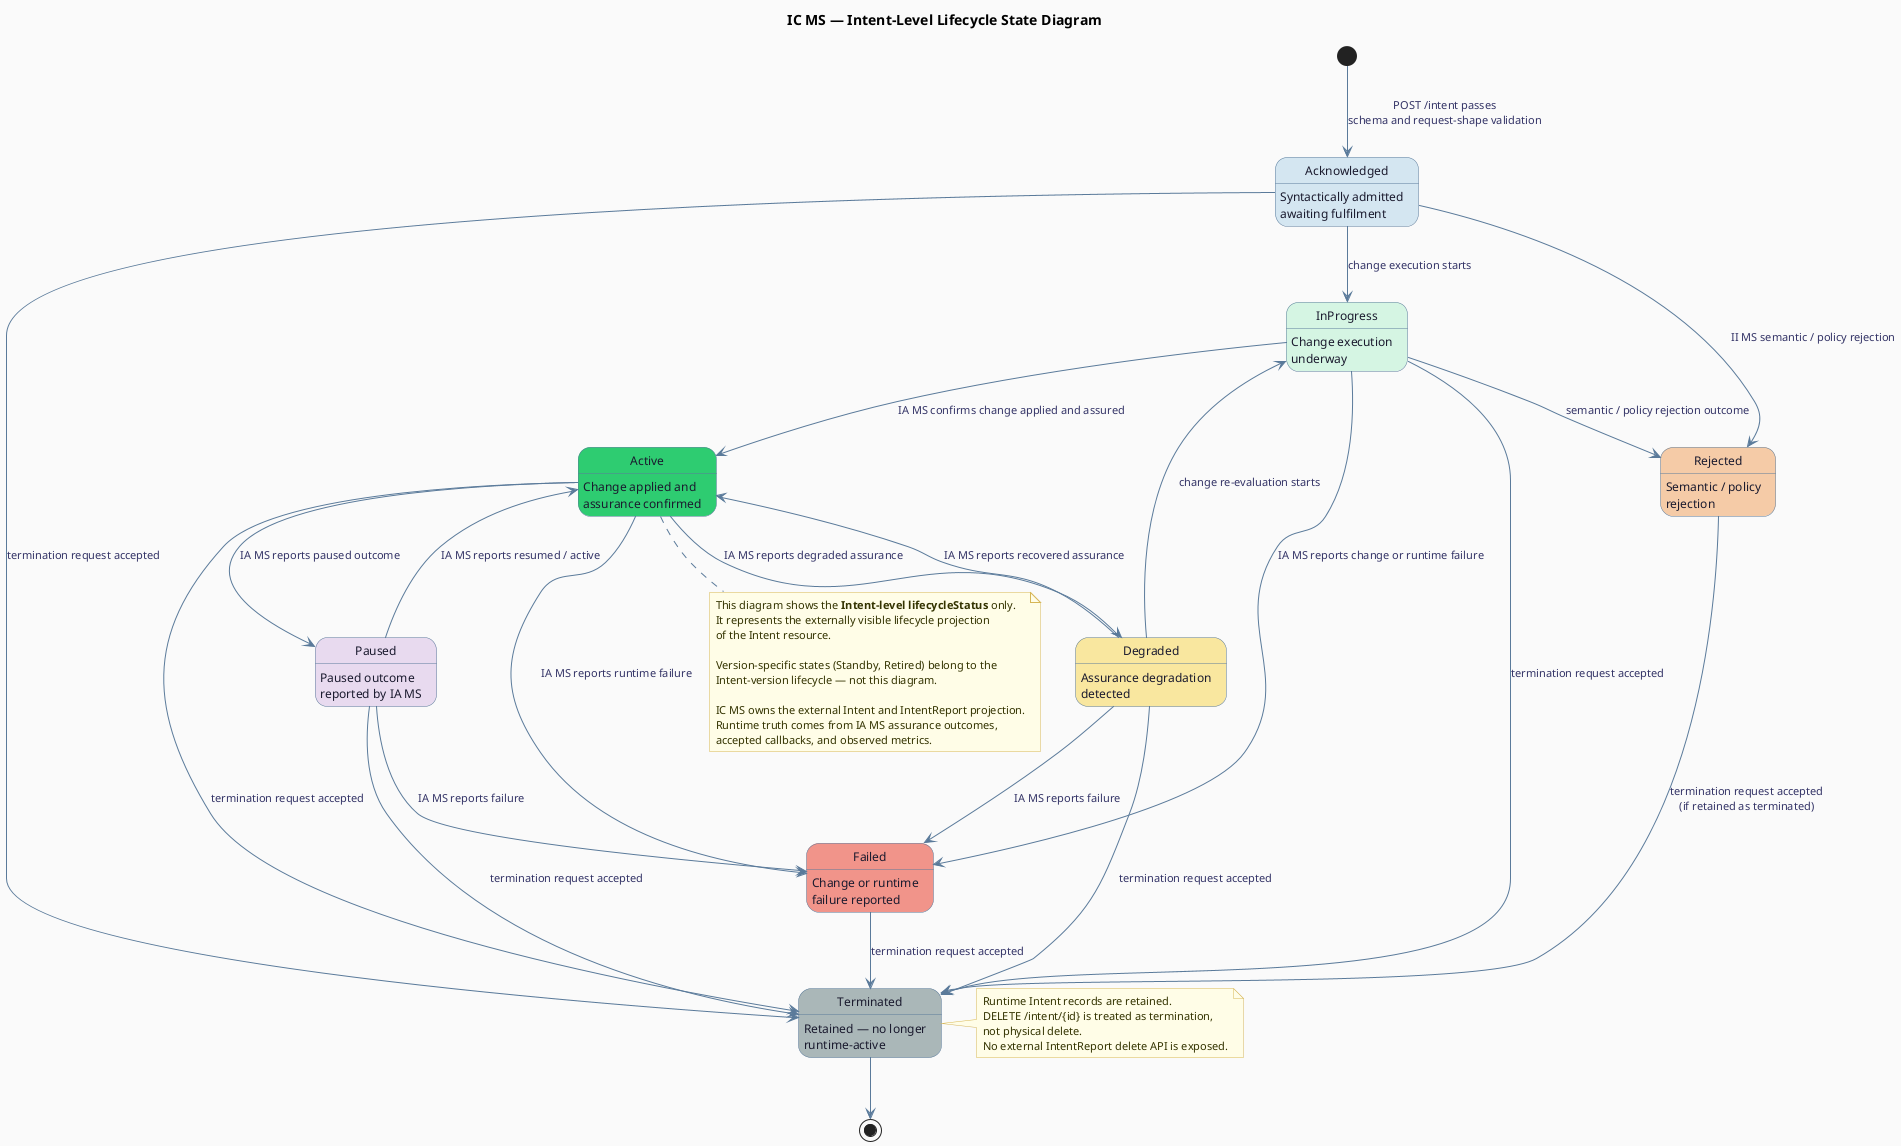
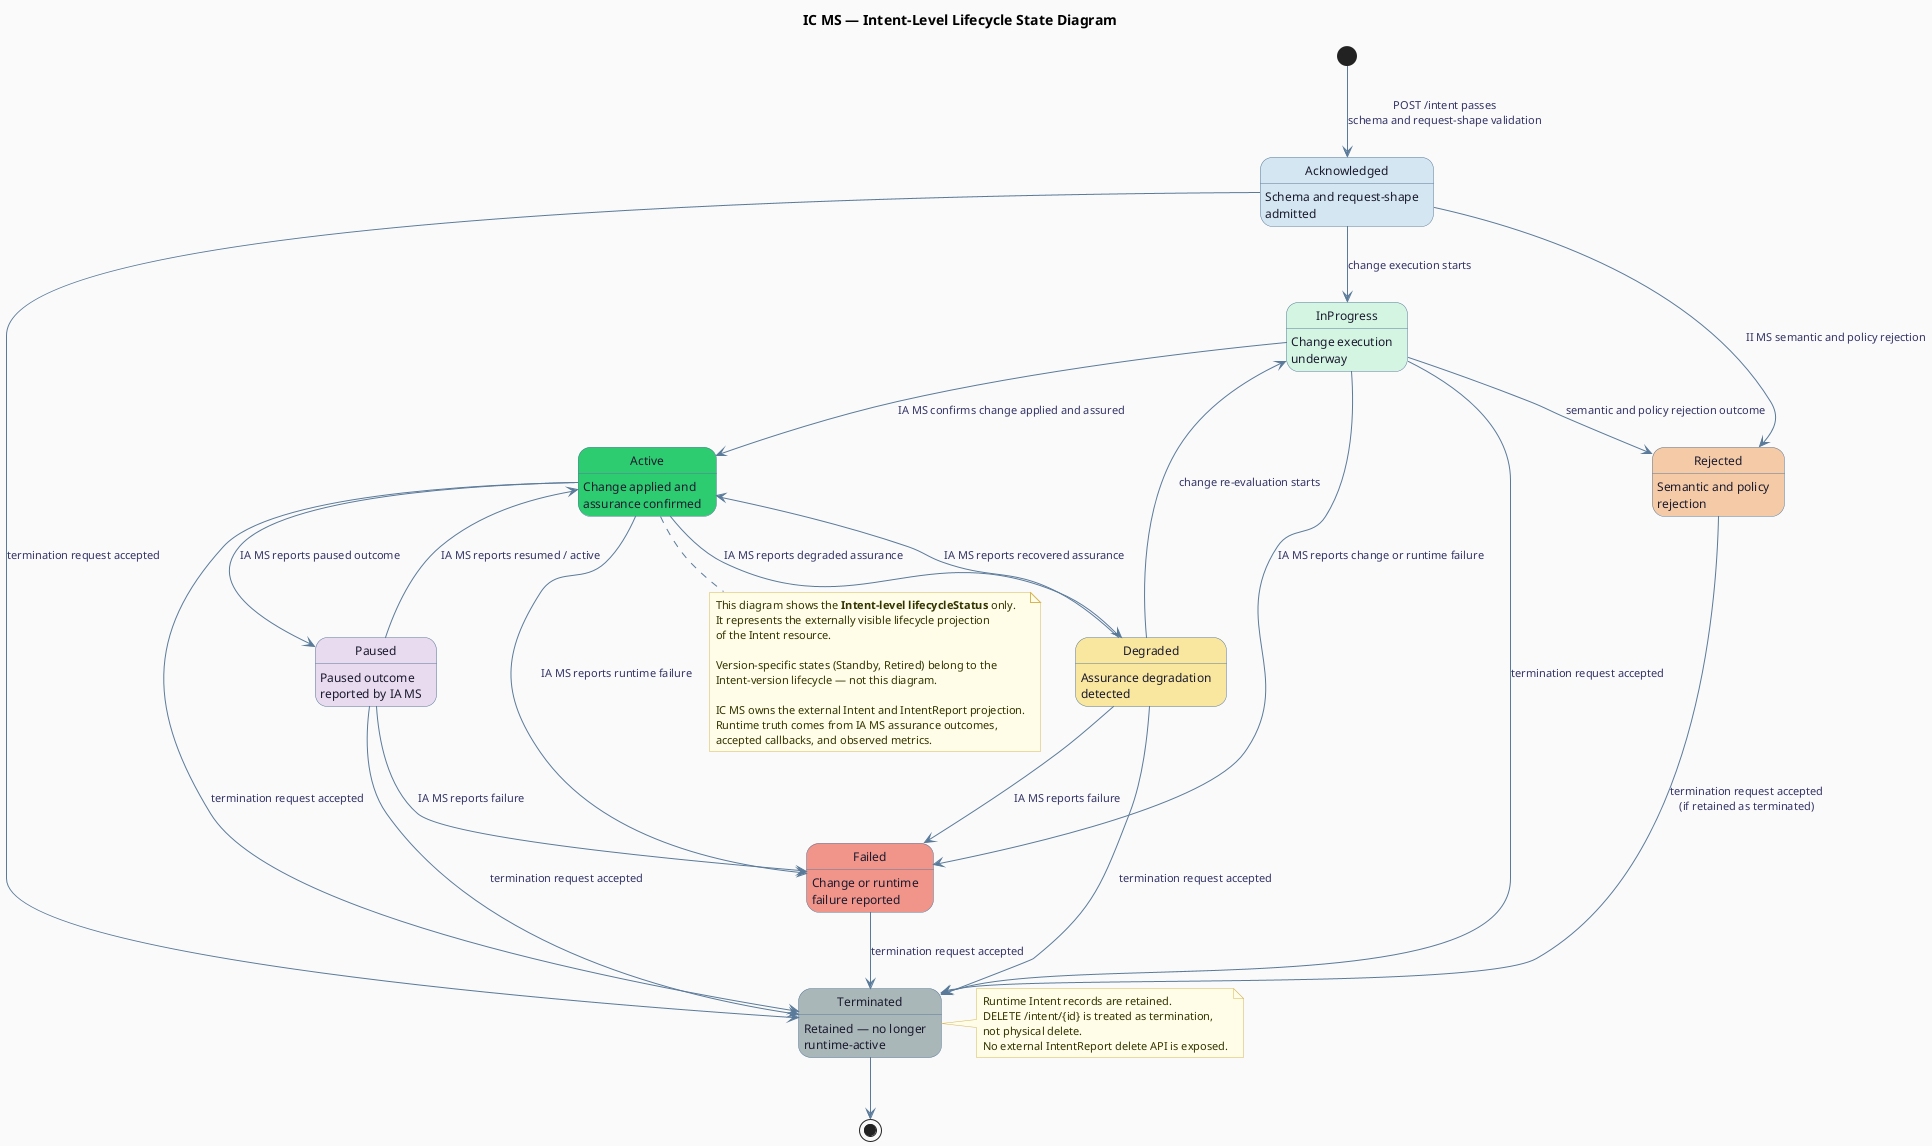
@startuml
' IC MS — Intent-Level Lifecycle State Diagram

hide empty description
skinparam shadowing false
skinparam backgroundColor #FAFAFA

skinparam state {
  BackgroundColor #FFFFFF
  BorderColor #5a7a9a
  FontSize 12
  FontColor #1a1a2e
  ArrowColor #5a7a9a
  ArrowFontSize 11
  ArrowFontColor #333366
}

skinparam note {
  BackgroundColor #fffde7
  BorderColor #d6b656
  FontSize 11
  FontColor #333300
}

title <b>IC MS — Intent-Level Lifecycle State Diagram</b>

' ── States ────────────────────────────────────────────────────────────────
- state Acknowledged #d4e6f1 : Syntactically admitted\nawaiting fulfilment
+ state Acknowledged #d4e6f1 : Schema and request-shape\nadmitted
state InProgress   #d5f5e3 : Change execution\nunderway
state Active       #2ecc71 : Change applied and\nassurance confirmed
state Degraded     #f9e79f : Assurance degradation\ndetected
state Paused       #e8daef : Paused outcome\nreported by IA MS
state Failed       #f1948a : Change or runtime\nfailure reported
- state Rejected     #f5cba7 : Semantic / policy\nrejection
+ state Rejected     #f5cba7 : Semantic and policy\nrejection
state Terminated   #aab7b8 : Retained — no longer\nruntime-active

' ── Entry ─────────────────────────────────────────────────────────────────
[*] --> Acknowledged : POST /intent passes\nschema and request-shape validation

' ── Acknowledged ──────────────────────────────────────────────────────────
Acknowledged --> InProgress : change execution starts
- Acknowledged --> Rejected   : II MS semantic / policy rejection
+ Acknowledged --> Rejected   : II MS semantic and policy rejection
Acknowledged --> Terminated : termination request accepted

' ── InProgress ────────────────────────────────────────────────────────────
InProgress --> Active     : IA MS confirms change applied and assured
InProgress --> Failed     : IA MS reports change or runtime failure
- InProgress --> Rejected   : semantic / policy rejection outcome
+ InProgress --> Rejected   : semantic and policy rejection outcome
InProgress --> Terminated : termination request accepted

' ── Active ────────────────────────────────────────────────────────────────
Active --> Degraded   : IA MS reports degraded assurance
Active --> Paused     : IA MS reports paused outcome
Active --> Failed     : IA MS reports runtime failure
Active --> Terminated : termination request accepted

' ── Degraded ──────────────────────────────────────────────────────────────
Degraded --> Active     : IA MS reports recovered assurance
Degraded --> InProgress : change re-evaluation starts
Degraded --> Failed     : IA MS reports failure
Degraded --> Terminated : termination request accepted

' ── Paused ────────────────────────────────────────────────────────────────
Paused --> Active     : IA MS reports resumed / active
Paused --> Failed     : IA MS reports failure
Paused --> Terminated : termination request accepted

' ── Terminal ──────────────────────────────────────────────────────────────
Failed    --> Terminated : termination request accepted
Rejected  --> Terminated : termination request accepted\n(if retained as terminated)

Terminated --> [*]

' ── Notes ─────────────────────────────────────────────────────────────────
note right of Terminated
  Runtime Intent records are retained.
  DELETE /intent/{id} is treated as termination,
  not physical delete.
  No external IntentReport delete API is exposed.
end note

note bottom of Active
  This diagram shows the <b>Intent-level lifecycleStatus</b> only.
  It represents the externally visible lifecycle projection
  of the Intent resource.

  Version-specific states (Standby, Retired) belong to the
  Intent-version lifecycle — not this diagram.

  IC MS owns the external Intent and IntentReport projection.
  Runtime truth comes from IA MS assurance outcomes,
  accepted callbacks, and observed metrics.
end note

@enduml